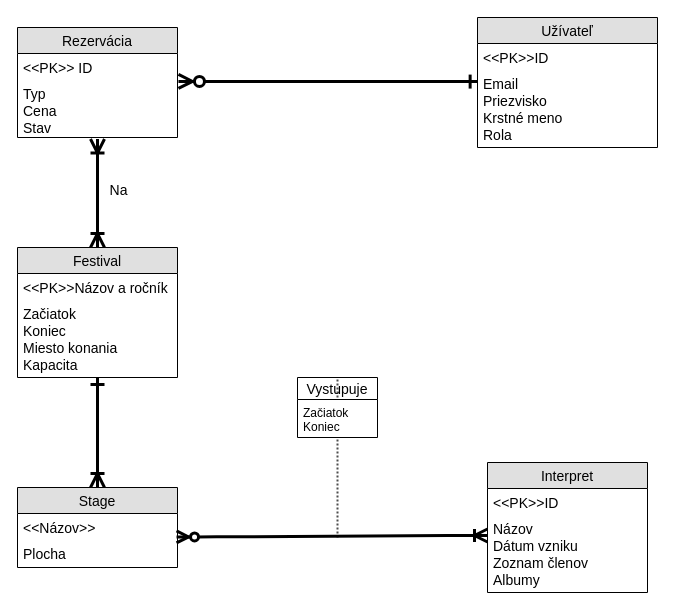
Above: IIS ERD.drawio in Sevin556/IIS-Project (draw.io), before the change. Source tidied: cells renumbered, new cells numbered last; positions are measured from the earlier drawing's top-left corner, leaving out a move shared by most shapes. Both pictures are drawn from the tidied source at 100%, with x=0, y=0 at pixel (17, 17).
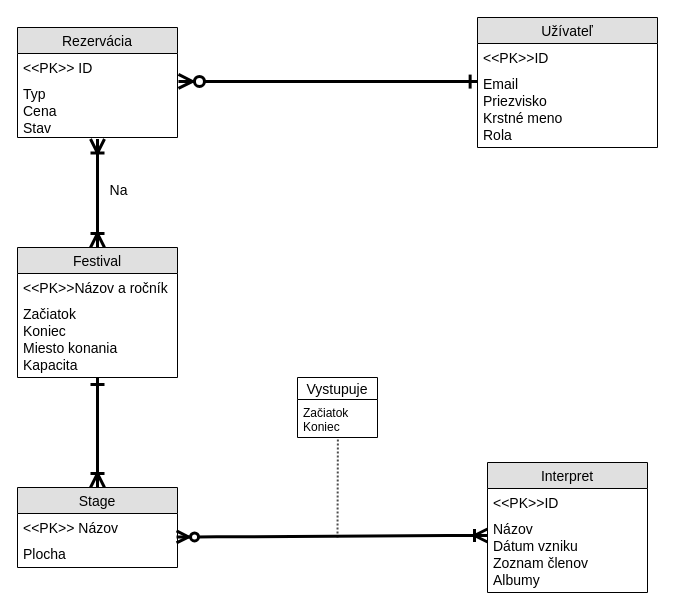
The same page after the edit.

The change refers to these unchanged cells:
```xml
<mxCell id="6" value="Stage" style="swimlane;fontStyle=0;horizontal=1;startSize=26;fillColor=#e0e0e0;swimlaneFillColor=#ffffff;align=center;fontSize=14;" parent="1" vertex="1">
  <mxGeometry y="470" width="160" height="80" as="geometry" />
</mxCell>
<mxCell id="17" value="Vystupuje" style="swimlane;fontStyle=0;horizontal=1;startSize=22;fillColor=none;swimlaneFillColor=#ffffff;align=center;fontSize=14;" parent="1" vertex="1">
  <mxGeometry x="280" y="360" width="80" height="60" as="geometry" />
</mxCell>
<mxCell id="18" value="Začiatok&#10;Koniec" style="text;strokeColor=none;fillColor=none;spacingLeft=4;spacingRight=4;overflow=hidden;points=[[0,0.5],[1,0.5]];portConstraint=eastwest;fontSize=12;" parent="17" vertex="1">
  <mxGeometry y="22" width="80" height="38" as="geometry" />
</mxCell>
```

Diff of the diagram source:
```diff
@@
-    <mxCell id="5" style="rounded=0;jettySize=auto;html=1;startSize=8;endArrow=none;endFill=0;endSize=9;strokeWidth=2;fontSize=14;dashed=1;dashPattern=1 1;strokeColor=#4D4D4D;entryX=0.5;entryY=0;entryDx=0;entryDy=0;" parent="1" edge="1" target="17">
+    <mxCell id="5" style="rounded=0;jettySize=auto;html=1;startSize=8;endArrow=none;endFill=0;endSize=9;strokeWidth=2;fontSize=14;dashed=1;dashPattern=1 1;strokeColor=#4D4D4D;entryX=0.505;entryY=0.984;entryDx=0;entryDy=0;entryPerimeter=0;" parent="1" edge="1" target="18">
       <mxGeometry relative="1" as="geometry">
         <mxPoint x="320" y="520" as="sourcePoint" />
       </mxGeometry>
     </mxCell>
@@
-    <mxCell id="7" value="&lt;&lt;Názov&gt;&gt;" style="text;strokeColor=none;fillColor=none;spacingLeft=4;spacingRight=4;overflow=hidden;fontSize=14;" parent="6" vertex="1">
+    <mxCell id="7" value="&lt;&lt;PK&gt;&gt; Názov" style="text;strokeColor=none;fillColor=none;spacingLeft=4;spacingRight=4;overflow=hidden;fontSize=14;" parent="6" vertex="1">
       <mxGeometry y="26" width="160" height="26" as="geometry" />
     </mxCell>
```
